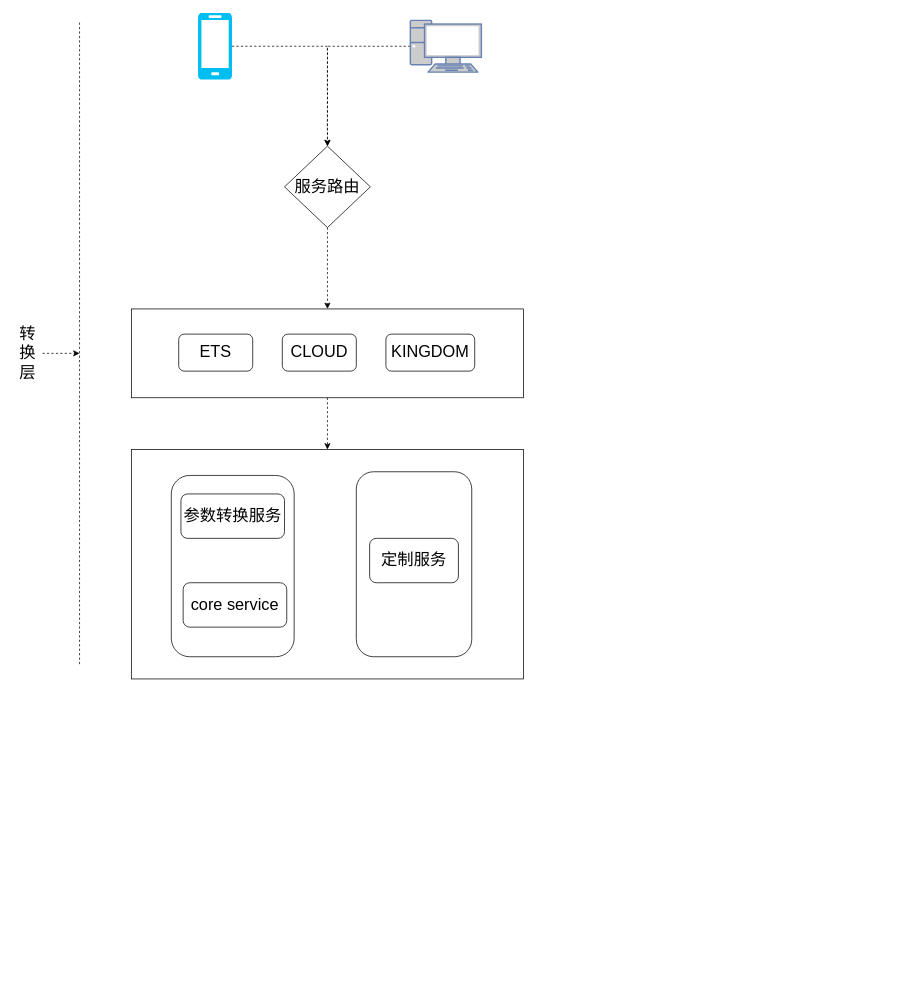
Earlier version of the draw.io diagram 基金流程图.drawio (ammengke/my-drawio). Source tidied: cells renumbered, new cells numbered last; positions are measured from the earlier drawing's top-left corner, leaving out a move shared by most shapes. Both pictures are drawn from the tidied source at 74%, with x=0, y=0 at pixel (13, 13).
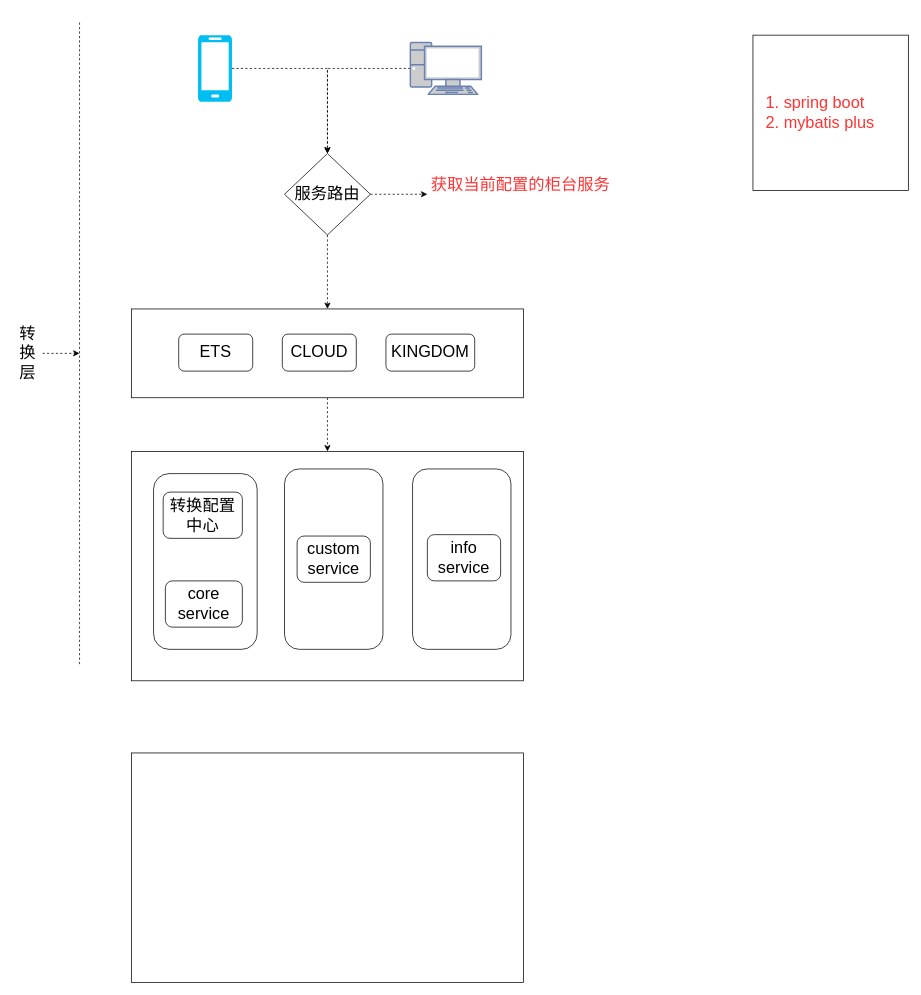
The same diagram, later.

Commit message:
Update 基金流程图.drawio

Change to the diagram source:
```diff
@@
     <mxCell id="3" style="fontColor=#0066CC;verticalAlign=top;verticalLabelPosition=bottom;labelPosition=center;align=center;html=1;outlineConnect=0;fillColor=#CCCCCC;strokeColor=#6881B3;gradientColor=none;gradientDirection=north;strokeWidth=2;shape=mxgraph.networks.pc;" parent="1" vertex="1">
-      <mxGeometry x="537" y="10" width="96" height="70" as="geometry" />
+      <mxGeometry x="537" y="40" width="96" height="70" as="geometry" />
     </mxCell>
@@
     <mxCell id="5" style="verticalLabelPosition=bottom;html=1;verticalAlign=top;align=center;strokeColor=none;fillColor=#00BEF2;shape=mxgraph.azure.mobile;" parent="1" vertex="1">
-      <mxGeometry x="250" width="46" height="90" as="geometry" />
+      <mxGeometry x="250" y="30" width="46" height="90" as="geometry" />
     </mxCell>
@@
     <mxCell id="14" style="rounded=0;whiteSpace=wrap;html=1;fontSize=22;" parent="1" vertex="1">
-      <mxGeometry x="160" y="590" width="530" height="310" as="geometry" />
+      <mxGeometry x="160" y="592.5" width="530" height="310" as="geometry" />
     </mxCell>
     <mxCell id="15" style="rounded=1;whiteSpace=wrap;html=1;fontSize=22;" parent="1" vertex="1">
-      <mxGeometry x="214" y="625" width="166" height="245" as="geometry" />
+      <mxGeometry x="190" y="622.5" width="140" height="237.5" as="geometry" />
     </mxCell>
     <mxCell id="16" style="rounded=1;whiteSpace=wrap;html=1;fontSize=22;" parent="1" vertex="1">
-      <mxGeometry x="464" y="620" width="156" height="250" as="geometry" />
+      <mxGeometry x="367" y="616.2" width="133" height="243.8" as="geometry" />
     </mxCell>
-    <mxCell id="17" value="core service" style="rounded=1;whiteSpace=wrap;html=1;fontSize=22;" parent="1" vertex="1">
-      <mxGeometry x="230" y="770" width="140" height="60" as="geometry" />
+    <mxCell id="17" value="core &lt;br&gt;service" style="rounded=1;whiteSpace=wrap;html=1;fontSize=22;" parent="1" vertex="1">
+      <mxGeometry x="206" y="767.5" width="104" height="62.5" as="geometry" />
     </mxCell>
-    <mxCell id="18" value="参数转换服务" style="rounded=1;whiteSpace=wrap;html=1;fontSize=22;" parent="1" vertex="1">
-      <mxGeometry x="227" y="650" width="140" height="60" as="geometry" />
+    <mxCell id="18" value="转换配置中心" style="rounded=1;whiteSpace=wrap;html=1;fontSize=22;" parent="1" vertex="1">
+      <mxGeometry x="203" y="647.5" width="107" height="62.5" as="geometry" />
     </mxCell>
-    <mxCell id="19" value="定制服务" style="rounded=1;whiteSpace=wrap;html=1;fontSize=22;" parent="1" vertex="1">
-      <mxGeometry x="482" y="710" width="120" height="60" as="geometry" />
+    <mxCell id="19" value="custom service" style="rounded=1;whiteSpace=wrap;html=1;fontSize=22;" parent="1" vertex="1">
+      <mxGeometry x="384" y="706.9" width="99" height="62.5" as="geometry" />
     </mxCell>
@@
+    <mxCell id="22" style="edgeStyle=orthogonalEdgeStyle;rounded=0;jettySize=auto;html=1;dashed=1;fontSize=22;fontColor=#FF3333;" parent="1" edge="1" source="21" target="23">
+      <mxGeometry relative="1" as="geometry" />
+    </mxCell>
     <mxCell id="21" value="服务路由" style="rhombus;whiteSpace=wrap;html=1;fontSize=22;" parent="1" vertex="1">
-      <mxGeometry x="367" y="180" width="116" height="110" as="geometry" />
+      <mxGeometry x="367" y="190" width="116" height="110" as="geometry" />
     </mxCell>
+    <mxCell id="23" value="获取当前配置的柜台服务" style="text;html=1;strokeColor=none;fillColor=none;spacing=5;spacingTop=-20;whiteSpace=wrap;overflow=hidden;rounded=0;fontSize=22;fontColor=#FF3333;" parent="1" vertex="1">
+      <mxGeometry x="560" y="230" width="260" height="30" as="geometry" />
+    </mxCell>
+    <mxCell id="24" style="rounded=1;whiteSpace=wrap;html=1;fontSize=22;" parent="1" vertex="1">
+      <mxGeometry x="540" y="616.2" width="133" height="243.8" as="geometry" />
+    </mxCell>
+    <mxCell id="25" value="info service" style="rounded=1;whiteSpace=wrap;html=1;fontSize=22;" parent="1" vertex="1">
+      <mxGeometry x="560" y="705" width="99" height="62.5" as="geometry" />
+    </mxCell>
+    <mxCell id="26" value="&lt;ol&gt;&lt;li&gt;spring boot&lt;/li&gt;&lt;li&gt;mybatis plus&lt;/li&gt;&lt;/ol&gt;" style="whiteSpace=wrap;html=1;fontSize=22;fontColor=#FF3333;align=left;" parent="1" vertex="1">
+      <mxGeometry x="1000" y="30" width="210" height="210" as="geometry" />
+    </mxCell>
+    <mxCell id="27" style="rounded=0;whiteSpace=wrap;html=1;fontSize=22;" parent="1" vertex="1">
+      <mxGeometry x="160" y="1000" width="530" height="310" as="geometry" />
+    </mxCell>
```
